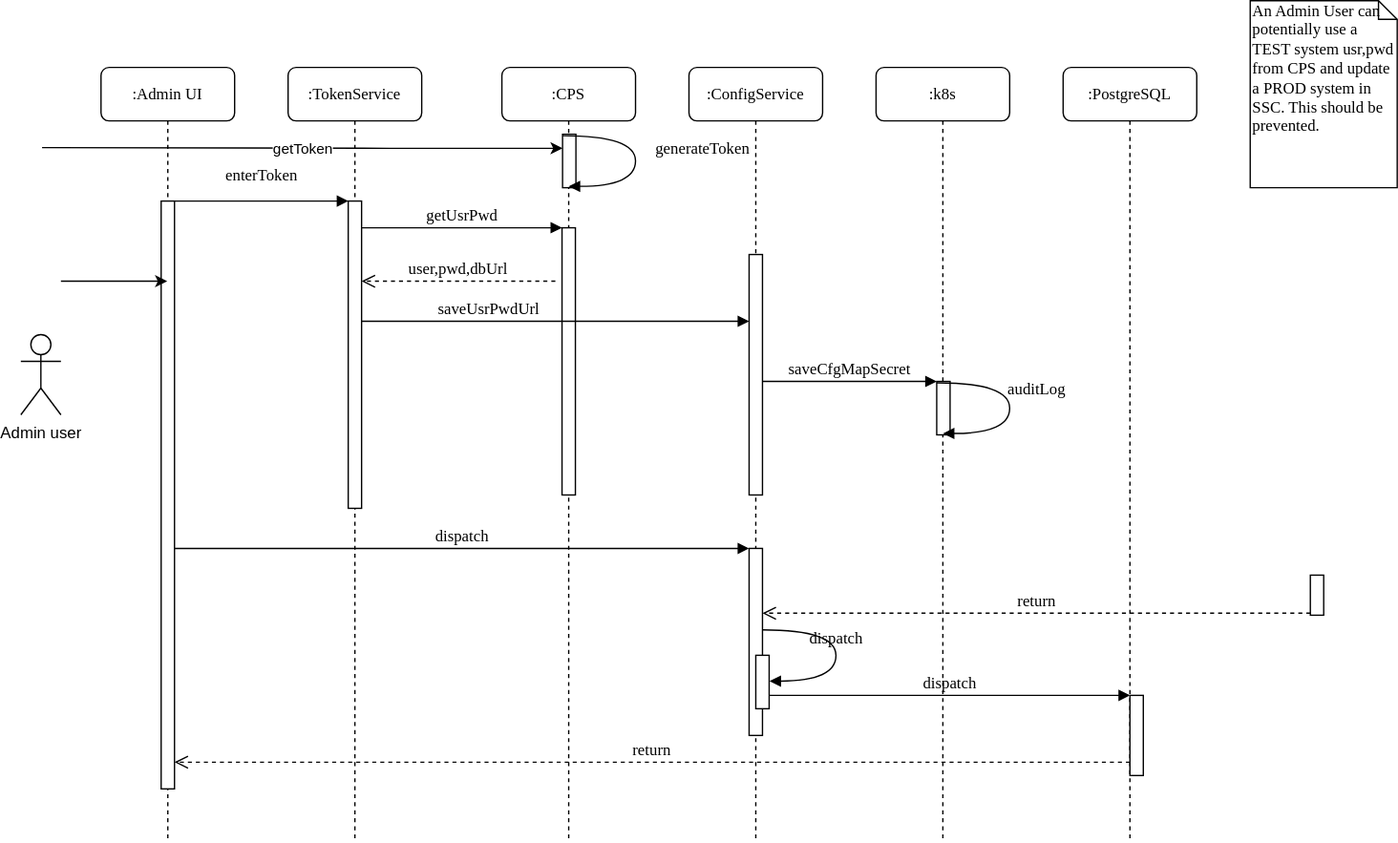
Above: SavePasswordFlow.svg in sundarvc/sequence-diagrams (draw.io), before the change. Source tidied: cells renumbered, new cells last; positions are measured from the earlier drawing's top-left corner, leaving out a move shared by most shapes.
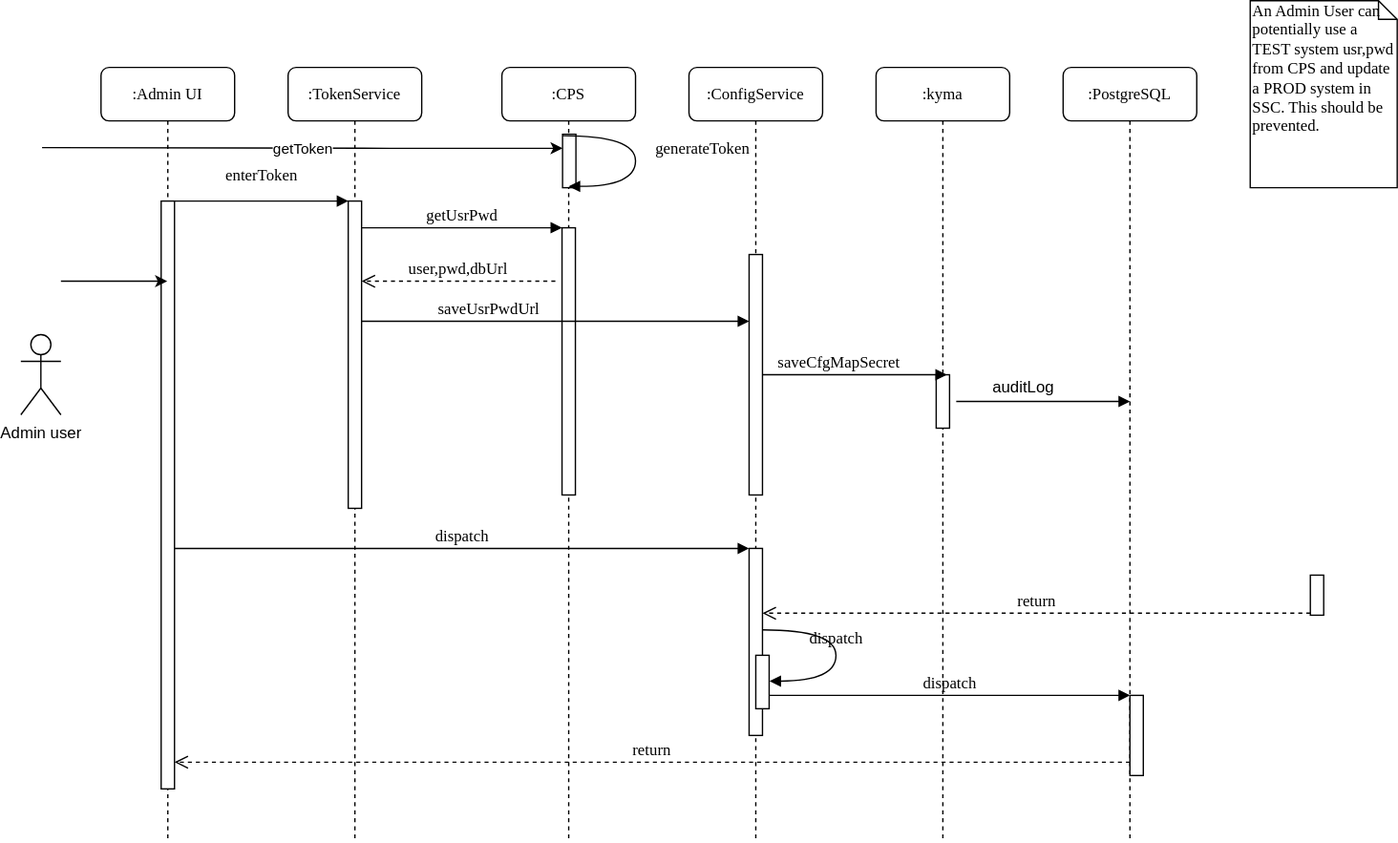
The same diagram one commit later.

Change to the diagram source:
```diff
@@ -17,22 +17,12 @@
     <mxCell id="6" value=":ConfigService" style="shape=umlLifeline;perimeter=lifelinePerimeter;whiteSpace=wrap;html=1;rounded=1;shadow=0;comic=0;labelBackgroundColor=none;strokeWidth=1;fontFamily=Verdana;fontSize=12;align=center;" parent="1" vertex="1">
       <mxGeometry x="500" y="50" width="100" height="580" as="geometry" />
     </mxCell>
-    <mxCell id="7" value=":k8s" style="shape=umlLifeline;perimeter=lifelinePerimeter;whiteSpace=wrap;html=1;rounded=1;shadow=0;comic=0;labelBackgroundColor=none;strokeWidth=1;fontFamily=Verdana;fontSize=12;align=center;" parent="1" vertex="1">
+    <mxCell id="7" value=":kyma" style="shape=umlLifeline;perimeter=lifelinePerimeter;whiteSpace=wrap;html=1;rounded=1;shadow=0;comic=0;labelBackgroundColor=none;strokeWidth=1;fontFamily=Verdana;fontSize=12;align=center;" parent="1" vertex="1">
       <mxGeometry x="640" y="50" width="100" height="580" as="geometry" />
     </mxCell>
     <mxCell id="8" style="html=1;points=[];perimeter=orthogonalPerimeter;rounded=0;shadow=0;comic=0;labelBackgroundColor=none;strokeWidth=1;fontFamily=Verdana;fontSize=12;align=center;" parent="7" vertex="1">
-      <mxGeometry x="45.4" y="235" width="10" height="40" as="geometry" />
+      <mxGeometry x="45" y="230" width="10" height="40" as="geometry" />
     </mxCell>
-    <mxCell id="9" value="auditLog" style="html=1;verticalAlign=bottom;endArrow=block;labelBackgroundColor=none;fontFamily=Verdana;fontSize=12;elbow=vertical;edgeStyle=orthogonalEdgeStyle;curved=1;entryX=1;entryY=0.286;entryPerimeter=0;exitX=1.038;exitY=0.345;exitPerimeter=0;" parent="7" edge="1">
-      <mxGeometry x="-0.04" y="20" relative="1" as="geometry">
-        <mxPoint x="45.4" y="236" as="sourcePoint" />
-        <mxPoint x="50" y="274" as="targetPoint" />
-        <Array as="points">
-          <mxPoint x="100" y="235.9" />
-          <mxPoint x="100" y="273.9" />
-        </Array>
-      </mxGeometry>
-    </mxCell>
     <mxCell id="10" value=":PostgreSQL" style="shape=umlLifeline;perimeter=lifelinePerimeter;whiteSpace=wrap;html=1;rounded=1;shadow=0;comic=0;labelBackgroundColor=none;strokeWidth=1;fontFamily=Verdana;fontSize=12;align=center;" parent="1" vertex="1">
       <mxGeometry x="780" y="50" width="100" height="580" as="geometry" />
     </mxCell>
@@ -53,8 +43,13 @@
         </Array>
       </mxGeometry>
     </mxCell>
-    <mxCell id="15" value="saveCfgMapSecret" style="html=1;verticalAlign=bottom;endArrow=block;entryX=0;entryY=0;labelBackgroundColor=none;fontFamily=Verdana;fontSize=12;edgeStyle=elbowEdgeStyle;elbow=vertical;" parent="1" edge="1" source="13" target="8">
-      <mxGeometry relative="1" as="geometry" />
+    <mxCell id="15" value="saveCfgMapSecret" style="html=1;verticalAlign=bottom;endArrow=block;labelBackgroundColor=none;fontFamily=Verdana;fontSize=12;edgeStyle=elbowEdgeStyle;elbow=vertical;" parent="1" edge="1" source="13">
+      <mxGeometry x="-0.18" relative="1" as="geometry">
+        <mxPoint x="693" y="280" as="targetPoint" />
+        <Array as="points">
+          <mxPoint x="624" y="280" />
+        </Array>
+      </mxGeometry>
     </mxCell>
     <mxCell id="16" style="html=1;points=[];perimeter=orthogonalPerimeter;rounded=0;shadow=0;comic=0;labelBackgroundColor=none;strokeWidth=1;fontFamily=Verdana;fontSize=12;align=center;" parent="1" vertex="1">
       <mxGeometry x="545" y="410" width="10" height="140" as="geometry" />
@@ -145,5 +140,17 @@
         <mxPoint x="30" y="210" as="sourcePoint" />
       </mxGeometry>
     </mxCell>
+    <mxCell id="35" style="html=1;verticalAlign=bottom;endArrow=block;labelBackgroundColor=none;fontFamily=Verdana;fontSize=12;edgeStyle=elbowEdgeStyle;elbow=vertical;" parent="1" edge="1">
+      <mxGeometry x="-0.18" relative="1" as="geometry">
+        <mxPoint x="700" y="300" as="sourcePoint" />
+        <mxPoint x="830" y="300" as="targetPoint" />
+        <Array as="points">
+          <mxPoint x="761" y="300" />
+        </Array>
+      </mxGeometry>
+    </mxCell>
+    <mxCell id="9" value="auditLog" style="text;html=1;align=center;verticalAlign=middle;" parent="1" vertex="1">
+      <mxGeometry x="720" y="280" width="60" height="20" as="geometry" />
+    </mxCell>
   </root>
 </mxGraphModel>
```
